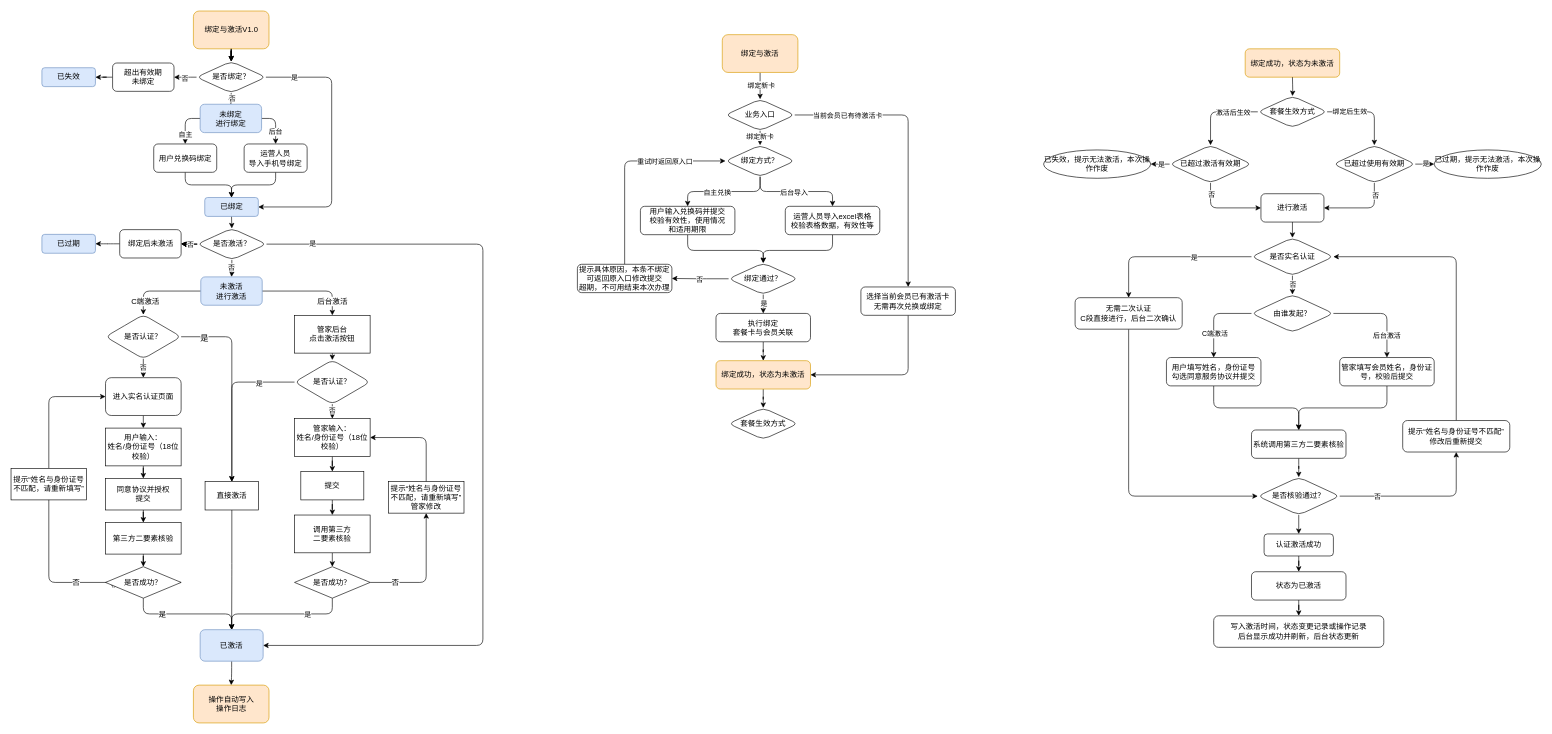
Above: page "绑定与激活流程图" (2 of 2) of draw/未命名绘图.drawio in linya923/drawio (draw.io), before the change. Source tidied: cells renumbered, new cells numbered last; positions are measured from the earlier drawing's top-left corner, leaving out a move shared by most shapes. Both pictures are drawn from the tidied source at 63%, with x=0, y=0 at pixel (11, 11).
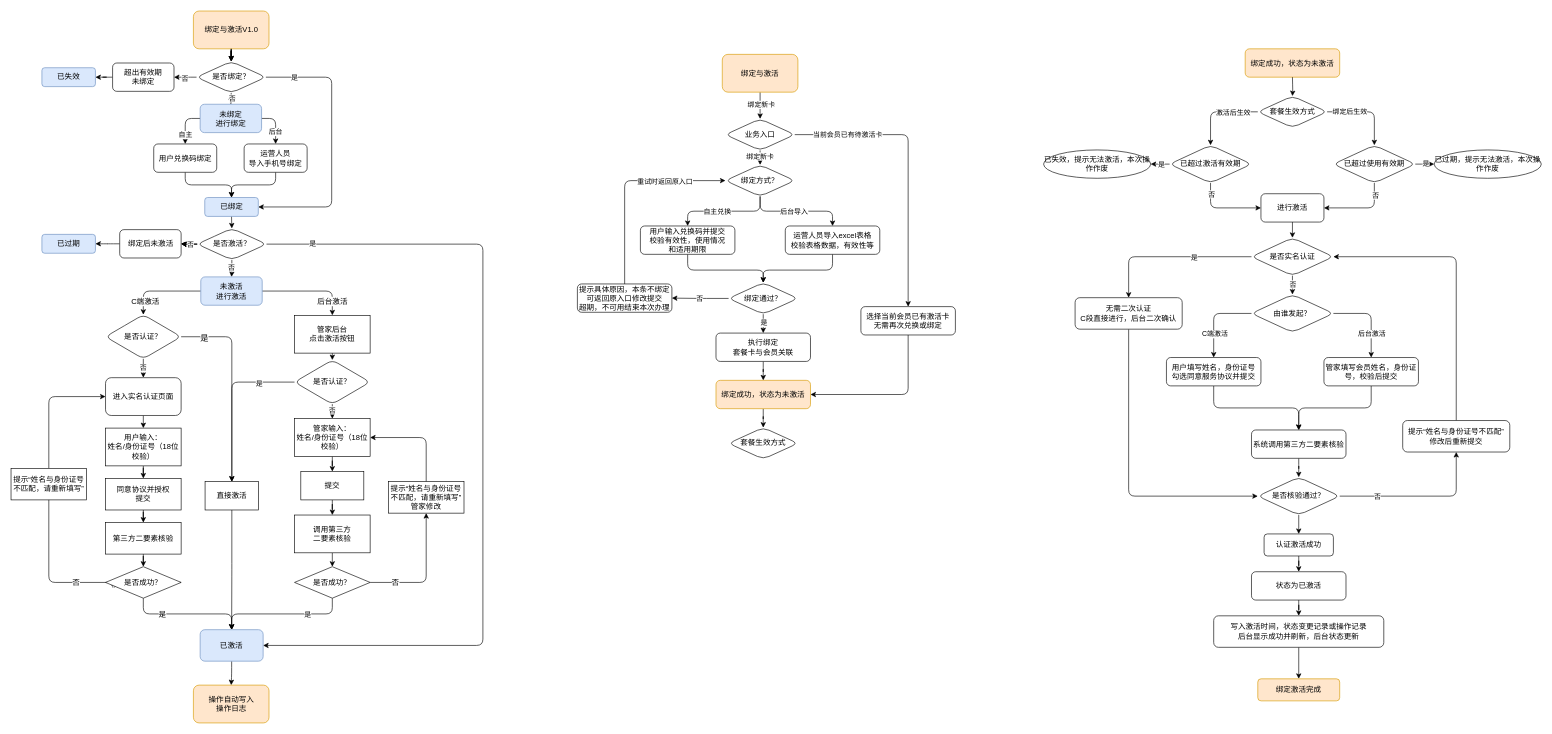
Above is the later version.

Commit message:
更新未命名绘图.drawio

Unchanged cells that the change refers to:
```xml
<mxCell id="147" value="由谁发起？" style="rhombus;whiteSpace=wrap;html=1;shapeInside=1;rounded=1;roundedPerimeter=1;" parent="1" vertex="1">
  <mxGeometry x="1969" y="450" width="130" height="60" as="geometry" />
</mxCell>
<mxCell id="171" value="写入激活时间，状态变更记录或操作记录&lt;div&gt;后台显示成功并刷新，后台状态更新&lt;/div&gt;" style="whiteSpace=wrap;html=1;rounded=1;roundedPerimeter=1;" parent="1" vertex="1">
  <mxGeometry x="1909" y="960" width="270" height="50" as="geometry" />
</mxCell>
```

The edit, as a diff of the source:
```diff
@@
     <mxCell id="92" value="绑定与激活" style="rounded=1;whiteSpace=wrap;html=1;roundedPerimeter=1;fillColor=#ffe6cc;strokeColor=#d79b00;" parent="1" vertex="1">
-      <mxGeometry x="1129" y="37.5" width="120" height="60" as="geometry" />
+      <mxGeometry x="1129" y="68.8" width="120" height="60" as="geometry" />
     </mxCell>
@@
     <mxCell id="95" value="业务入口" style="rhombus;whiteSpace=wrap;html=1;shapeInside=1;rounded=1;roundedPerimeter=1;" parent="1" vertex="1">
-      <mxGeometry x="1134" y="140" width="110" height="50" as="geometry" />
+      <mxGeometry x="1134" y="171.2" width="110" height="50" as="geometry" />
     </mxCell>
@@
     <mxCell id="102" value="绑定方式？" style="rhombus;whiteSpace=wrap;html=1;shapeInside=1;rounded=1;roundedPerimeter=1;" parent="1" vertex="1">
-      <mxGeometry x="1134" y="213" width="110" height="50" as="geometry" />
+      <mxGeometry x="1134" y="244.2" width="110" height="50" as="geometry" />
     </mxCell>
     <mxCell id="103" style="edgeStyle=orthogonalEdgeStyle;rounded=1;jettySize=auto;html=1;exitX=0.5;exitY=1;exitDx=0;exitDy=0;entryX=0.5;entryY=0;entryDx=0;entryDy=0;defaultLabelBackgroundColor=page;" parent="1" edge="1" source="104" target="111">
       <mxGeometry x="-0.19" relative="1" as="geometry">
         <Array as="points">
-          <mxPoint x="1074" y="380" />
-          <mxPoint x="1194" y="380" />
+          <mxPoint x="1074" y="411.2" />
+          <mxPoint x="1194" y="411.2" />
         </Array>
       </mxGeometry>
     </mxCell>
     <mxCell id="104" value="用户输入兑换码并提交&lt;div&gt;校验有效性，使用情况&lt;/div&gt;&lt;div&gt;和适用期限&lt;/div&gt;" style="whiteSpace=wrap;html=1;rounded=1;roundedPerimeter=1;" parent="1" vertex="1">
-      <mxGeometry x="999" y="310" width="150" height="45" as="geometry" />
+      <mxGeometry x="999" y="341.2" width="150" height="45" as="geometry" />
     </mxCell>
     <mxCell id="105" style="edgeStyle=orthogonalEdgeStyle;rounded=1;jettySize=auto;html=1;exitX=0.5;exitY=1;exitDx=0;exitDy=0;entryX=0.5;entryY=0;entryDx=0;entryDy=0;defaultLabelBackgroundColor=page;" parent="1" edge="1" source="106" target="111">
       <mxGeometry x="-0.2" relative="1" as="geometry">
         <Array as="points">
-          <mxPoint x="1304" y="380" />
-          <mxPoint x="1194" y="380" />
+          <mxPoint x="1304" y="411.2" />
+          <mxPoint x="1194" y="411.2" />
         </Array>
       </mxGeometry>
     </mxCell>
     <mxCell id="106" value="运营人员导入excel表格&lt;div&gt;校验表格数据，有效性等&lt;/div&gt;" style="whiteSpace=wrap;html=1;rounded=1;roundedPerimeter=1;" parent="1" vertex="1">
-      <mxGeometry x="1229" y="310" width="150" height="45" as="geometry" />
+      <mxGeometry x="1229" y="341.2" width="150" height="45" as="geometry" />
     </mxCell>
@@
     <mxCell id="111" value="绑定&lt;span style=&quot;text-decoration: inherit;&quot;&gt;通过？&lt;/span&gt;" style="rhombus;whiteSpace=wrap;html=1;shapeInside=1;rounded=1;roundedPerimeter=1;" parent="1" vertex="1">
-      <mxGeometry x="1139" y="400" width="110" height="50" as="geometry" />
+      <mxGeometry x="1139" y="431.2" width="110" height="50" as="geometry" />
     </mxCell>
     <mxCell id="112" style="edgeStyle=orthogonalEdgeStyle;rounded=1;jettySize=auto;html=1;exitX=0.5;exitY=0;exitDx=0;exitDy=0;entryX=0;entryY=0.5;entryDx=0;entryDy=0;defaultLabelBackgroundColor=page;" parent="1" edge="1" source="114" target="102">
       <mxGeometry relative="1" as="geometry">
         <Array as="points">
-          <mxPoint x="974" y="238" />
+          <mxPoint x="974" y="269.2" />
         </Array>
       </mxGeometry>
     </mxCell>
@@
     <mxCell id="114" value="提示具体原因，本条不绑定&lt;div&gt;可返回原入口修改提交&lt;/div&gt;&lt;div&gt;超期，不可用结束本次办理&lt;/div&gt;" style="whiteSpace=wrap;html=1;rounded=1;roundedPerimeter=1;" parent="1" vertex="1">
-      <mxGeometry x="899" y="402" width="150" height="45" as="geometry" />
+      <mxGeometry x="899" y="433.2" width="150" height="45" as="geometry" />
     </mxCell>
@@
     <mxCell id="116" value="执行绑定&lt;div&gt;套餐卡与会员关联&lt;/div&gt;" style="whiteSpace=wrap;html=1;rounded=1;roundedPerimeter=1;" parent="1" vertex="1">
-      <mxGeometry x="1119" y="480" width="150" height="45" as="geometry" />
+      <mxGeometry x="1119" y="511.2" width="150" height="45" as="geometry" />
     </mxCell>
@@
     <mxCell id="118" value="绑定成功，状态为未激活" style="whiteSpace=wrap;html=1;rounded=1;roundedPerimeter=1;fillColor=#ffe6cc;strokeColor=#d79b00;" parent="1" vertex="1">
-      <mxGeometry x="1119" y="555" width="150" height="45" as="geometry" />
+      <mxGeometry x="1119" y="586.2" width="150" height="45" as="geometry" />
     </mxCell>
     <mxCell id="119" value="套餐生效方式" style="rhombus;whiteSpace=wrap;html=1;shapeInside=1;rounded=1;roundedPerimeter=1;" parent="1" vertex="1">
-      <mxGeometry x="1139" y="630" width="110" height="50" as="geometry" />
+      <mxGeometry x="1139" y="661.2" width="110" height="50" as="geometry" />
     </mxCell>
@@
     <mxCell id="121" value="选择当前会员已有激活卡&lt;div&gt;无需再次兑换或绑定&lt;/div&gt;" style="whiteSpace=wrap;html=1;rounded=1;roundedPerimeter=1;" parent="1" vertex="1">
-      <mxGeometry x="1349" y="438" width="150" height="45" as="geometry" />
+      <mxGeometry x="1349" y="469.2" width="150" height="45" as="geometry" />
     </mxCell>
@@
     <mxCell id="145" style="edgeStyle=orthogonalEdgeStyle;rounded=1;jettySize=auto;html=1;exitX=1;exitY=0.5;exitDx=0;exitDy=0;entryX=0.5;entryY=0;entryDx=0;entryDy=0;defaultLabelBackgroundColor=page;" parent="1" edge="1" source="147" target="151">
-      <mxGeometry relative="1" as="geometry" />
+      <mxGeometry relative="1" as="geometry">
+        <Array as="points">
+          <mxPoint x="2159" y="480" />
+        </Array>
+      </mxGeometry>
     </mxCell>
     <mxCell id="146" value="后台激活" style="edgeLabel;html=1;align=center;verticalAlign=middle;inheritText=1;defaultLabelBackgroundColor=page;" parent="145" vertex="1">
-      <mxGeometry x="0.54" y="-1" relative="1" as="geometry" />
+      <mxGeometry x="0.54" y="-1" relative="1" as="geometry">
+        <mxPoint x="1" y="-8" as="offset" />
+      </mxGeometry>
     </mxCell>
@@
     <mxCell id="151" value="管家填写会员姓名，身份证号，校验后提交" style="whiteSpace=wrap;html=1;rounded=1;roundedPerimeter=1;" parent="1" vertex="1">
-      <mxGeometry x="2109" y="550" width="150" height="45" as="geometry" />
+      <mxGeometry x="2084" y="550" width="150" height="45" as="geometry" />
     </mxCell>
@@
+    <mxCell id="172" style="edgeStyle=orthogonalEdgeStyle;rounded=1;jettySize=auto;html=1;exitX=0.5;exitY=1;exitDx=0;exitDy=0;entryX=0.5;entryY=0;entryDx=0;entryDy=0;defaultLabelBackgroundColor=page;" parent="1" edge="1" source="171" target="173">
+      <mxGeometry relative="1" as="geometry" />
+    </mxCell>
@@
+    <mxCell id="173" value="绑定激活完成" style="whiteSpace=wrap;html=1;rounded=1;roundedPerimeter=1;fillColor=#ffe6cc;strokeColor=#d79b00;" parent="1" vertex="1">
+      <mxGeometry x="1979" y="1060" width="130" height="35" as="geometry" />
+    </mxCell>
```
